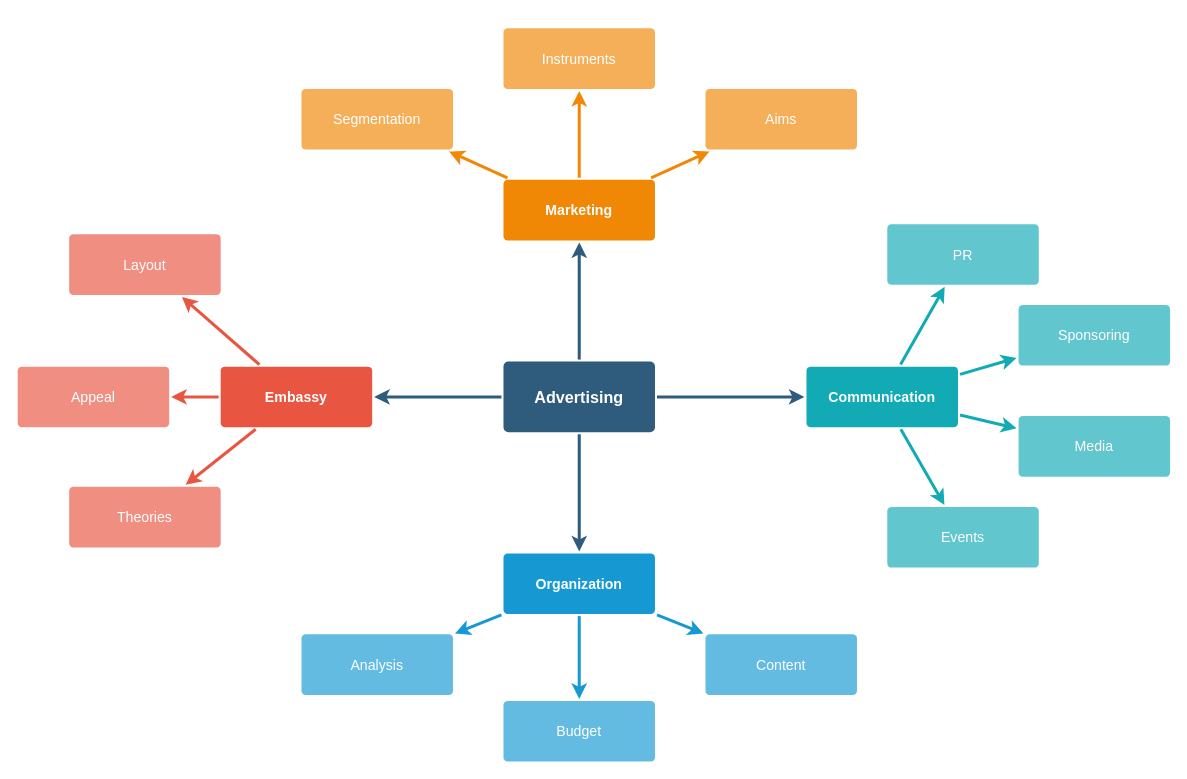
ShweataNHegde/fun_projects keeps this draw.io diagram as page "Page-1" (1 of 2) of infectious_disease.drawio. Above is the earlier version. Source tidied: cells renumbered, new cells numbered last; positions are measured from the earlier drawing's top-left corner, leaving out a move shared by most shapes. Both pictures are drawn from the tidied source at 101%, with x=0, y=0 at pixel (17, 27).
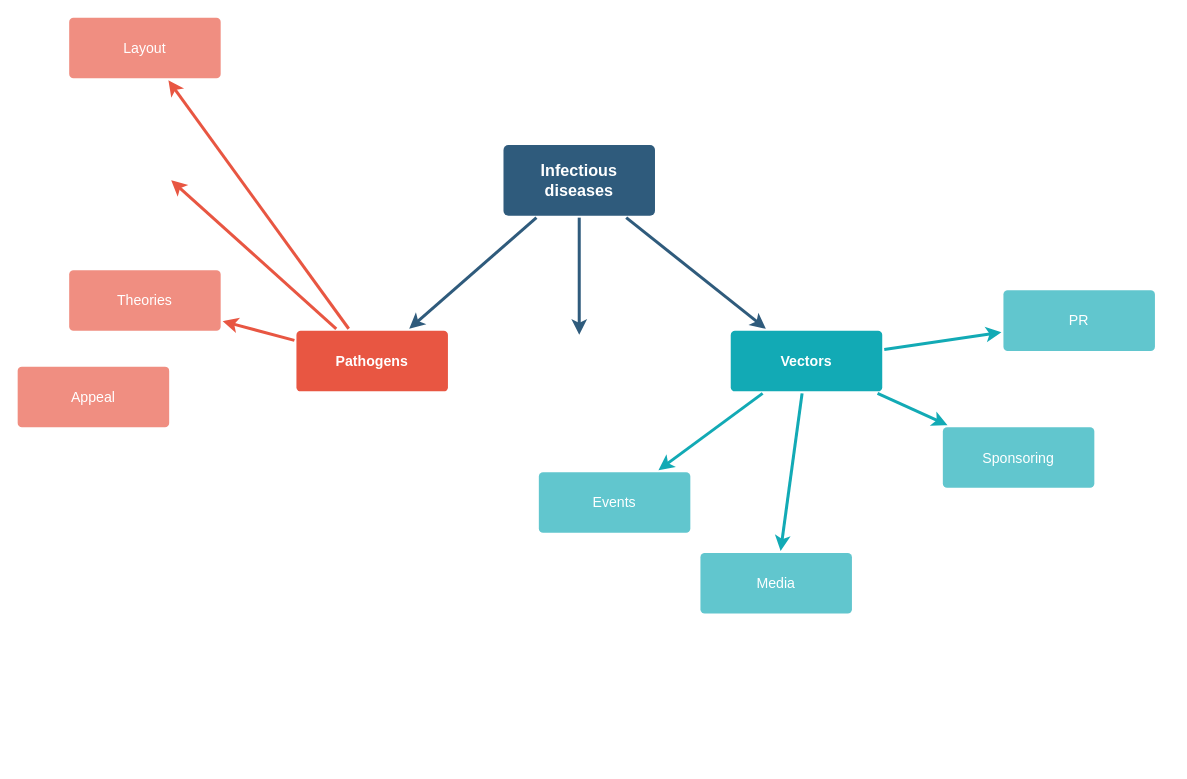
Above is the later version.

Unchanged cells that the change refers to:
```xml
<mxCell id="12" value="Appeal" style="rounded=1;whiteSpace=wrap;html=1;shadow=0;labelBackgroundColor=none;strokeColor=none;strokeWidth=3;fillColor=#f08e81;fontFamily=Helvetica;fontSize=14;fontColor=#FFFFFF;align=center;spacing=5;fontStyle=0;arcSize=7;perimeterSpacing=2;" parent="1" vertex="1">
  <mxGeometry y="335.5" width="150" height="60" as="geometry" />
</mxCell>
```

What changed in the source:
```diff
@@
-    <mxCell id="2" style="edgeStyle=none;rounded=0;jumpStyle=none;html=1;shadow=0;labelBackgroundColor=none;startArrow=none;startFill=0;endArrow=classic;endFill=1;jettySize=auto;strokeColor=#2F5B7C;strokeWidth=3;fontFamily=Helvetica;fontSize=16;fontColor=#23445D;spacing=5;" parent="1" edge="1" source="6" target="21">
-      <mxGeometry relative="1" as="geometry" />
-    </mxCell>
@@
-    <mxCell id="4" style="edgeStyle=none;rounded=0;jumpStyle=none;html=1;shadow=0;labelBackgroundColor=none;startArrow=none;startFill=0;endArrow=classic;endFill=1;jettySize=auto;strokeColor=#2F5B7C;strokeWidth=3;fontFamily=Helvetica;fontSize=16;fontColor=#23445D;spacing=5;" parent="1" edge="1" source="6" target="17">
-      <mxGeometry relative="1" as="geometry" />
+    <mxCell id="4" style="edgeStyle=none;rounded=0;jumpStyle=none;html=1;shadow=0;labelBackgroundColor=none;startArrow=none;startFill=0;endArrow=classic;endFill=1;jettySize=auto;strokeColor=#2F5B7C;strokeWidth=3;fontFamily=Helvetica;fontSize=16;fontColor=#23445D;spacing=5;" parent="1" edge="1" source="6">
+      <mxGeometry relative="1" as="geometry">
+        <mxPoint x="556" y="304" as="targetPoint" />
+      </mxGeometry>
     </mxCell>
@@
-    <mxCell id="6" value="Advertising" style="rounded=1;whiteSpace=wrap;html=1;shadow=0;labelBackgroundColor=none;strokeColor=none;strokeWidth=3;fillColor=#2F5B7C;fontFamily=Helvetica;fontSize=16;fontColor=#FFFFFF;align=center;fontStyle=1;spacing=5;arcSize=7;perimeterSpacing=2;" parent="1" vertex="1">
-      <mxGeometry x="481" y="330.5" width="150" height="70" as="geometry" />
+    <mxCell id="6" value="Infectious diseases" style="rounded=1;whiteSpace=wrap;html=1;shadow=0;labelBackgroundColor=none;strokeColor=none;strokeWidth=3;fillColor=#2F5B7C;fontFamily=Helvetica;fontSize=16;fontColor=#FFFFFF;align=center;fontStyle=1;spacing=5;arcSize=7;perimeterSpacing=2;" parent="1" vertex="1">
+      <mxGeometry x="481" y="116" width="150" height="70" as="geometry" />
     </mxCell>
@@
-    <mxCell id="8" style="edgeStyle=none;rounded=1;jumpStyle=none;html=1;shadow=0;labelBackgroundColor=none;startArrow=none;startFill=0;jettySize=auto;strokeColor=#E85642;strokeWidth=3;fontFamily=Helvetica;fontSize=14;fontColor=#FFFFFF;spacing=5;fontStyle=1;fillColor=#b0e3e6;" parent="1" edge="1" source="10" target="12">
-      <mxGeometry relative="1" as="geometry" />
+    <mxCell id="8" style="edgeStyle=none;rounded=1;jumpStyle=none;html=1;shadow=0;labelBackgroundColor=none;startArrow=none;startFill=0;jettySize=auto;strokeColor=#E85642;strokeWidth=3;fontFamily=Helvetica;fontSize=14;fontColor=#FFFFFF;spacing=5;fontStyle=1;fillColor=#b0e3e6;" parent="1" edge="1" source="10">
+      <mxGeometry relative="1" as="geometry">
+        <mxPoint x="152" y="151" as="targetPoint" />
+      </mxGeometry>
     </mxCell>
@@
-    <mxCell id="10" value="Embassy" style="rounded=1;whiteSpace=wrap;html=1;shadow=0;labelBackgroundColor=none;strokeColor=none;strokeWidth=3;fillColor=#e85642;fontFamily=Helvetica;fontSize=14;fontColor=#FFFFFF;align=center;spacing=5;fontStyle=1;arcSize=7;perimeterSpacing=2;" parent="1" vertex="1">
-      <mxGeometry x="201" y="335.5" width="150" height="60" as="geometry" />
+    <mxCell id="10" value="Pathogens" style="rounded=1;whiteSpace=wrap;html=1;shadow=0;labelBackgroundColor=none;strokeColor=none;strokeWidth=3;fillColor=#e85642;fontFamily=Helvetica;fontSize=14;fontColor=#FFFFFF;align=center;spacing=5;fontStyle=1;arcSize=7;perimeterSpacing=2;" parent="1" vertex="1">
+      <mxGeometry x="276" y="300" width="150" height="60" as="geometry" />
     </mxCell>
     <mxCell id="11" value="Theories" style="rounded=1;whiteSpace=wrap;html=1;shadow=0;labelBackgroundColor=none;strokeColor=none;strokeWidth=3;fillColor=#f08e81;fontFamily=Helvetica;fontSize=14;fontColor=#FFFFFF;align=center;spacing=5;fontStyle=0;arcSize=7;perimeterSpacing=2;" parent="1" vertex="1">
-      <mxGeometry x="51" y="454.5" width="150" height="60" as="geometry" />
+      <mxGeometry x="51" y="240" width="150" height="60" as="geometry" />
     </mxCell>
@@
     <mxCell id="13" value="Layout" style="rounded=1;whiteSpace=wrap;html=1;shadow=0;labelBackgroundColor=none;strokeColor=none;strokeWidth=3;fillColor=#f08e81;fontFamily=Helvetica;fontSize=14;fontColor=#FFFFFF;align=center;spacing=5;fontStyle=0;arcSize=7;perimeterSpacing=2;" parent="1" vertex="1">
-      <mxGeometry x="51" y="204.5" width="150" height="60" as="geometry" />
+      <mxGeometry x="51" y="-10" width="150" height="60" as="geometry" />
     </mxCell>
-    <mxCell id="14" style="edgeStyle=none;rounded=0;jumpStyle=none;html=1;shadow=0;labelBackgroundColor=none;startArrow=none;startFill=0;endArrow=classic;endFill=1;jettySize=auto;strokeColor=#1699D3;strokeWidth=3;fontFamily=Helvetica;fontSize=14;fontColor=#FFFFFF;spacing=5;" parent="1" edge="1" source="17" target="20">
-      <mxGeometry relative="1" as="geometry" />
-    </mxCell>
-    <mxCell id="15" style="edgeStyle=none;rounded=0;jumpStyle=none;html=1;shadow=0;labelBackgroundColor=none;startArrow=none;startFill=0;endArrow=classic;endFill=1;jettySize=auto;strokeColor=#1699D3;strokeWidth=3;fontFamily=Helvetica;fontSize=14;fontColor=#FFFFFF;spacing=5;" parent="1" edge="1" source="17" target="19">
-      <mxGeometry relative="1" as="geometry" />
-    </mxCell>
-    <mxCell id="16" style="edgeStyle=none;rounded=0;jumpStyle=none;html=1;shadow=0;labelBackgroundColor=none;startArrow=none;startFill=0;endArrow=classic;endFill=1;jettySize=auto;strokeColor=#1699D3;strokeWidth=3;fontFamily=Helvetica;fontSize=14;fontColor=#FFFFFF;spacing=5;" parent="1" edge="1" source="17" target="18">
-      <mxGeometry relative="1" as="geometry" />
-    </mxCell>
-    <mxCell id="17" value="Organization" style="rounded=1;whiteSpace=wrap;html=1;shadow=0;labelBackgroundColor=none;strokeColor=none;strokeWidth=3;fillColor=#1699d3;fontFamily=Helvetica;fontSize=14;fontColor=#FFFFFF;align=center;spacing=5;fontStyle=1;arcSize=7;perimeterSpacing=2;" parent="1" vertex="1">
-      <mxGeometry x="481" y="520.5" width="150" height="60" as="geometry" />
-    </mxCell>
-    <mxCell id="18" value="Content" style="rounded=1;whiteSpace=wrap;html=1;shadow=0;labelBackgroundColor=none;strokeColor=none;strokeWidth=3;fillColor=#64bbe2;fontFamily=Helvetica;fontSize=14;fontColor=#FFFFFF;align=center;spacing=5;arcSize=7;perimeterSpacing=2;" parent="1" vertex="1">
-      <mxGeometry x="681" y="600.5" width="150" height="60" as="geometry" />
-    </mxCell>
-    <mxCell id="19" value="Budget" style="rounded=1;whiteSpace=wrap;html=1;shadow=0;labelBackgroundColor=none;strokeColor=none;strokeWidth=3;fillColor=#64bbe2;fontFamily=Helvetica;fontSize=14;fontColor=#FFFFFF;align=center;spacing=5;arcSize=7;perimeterSpacing=2;" parent="1" vertex="1">
-      <mxGeometry x="481" y="666.5" width="150" height="60" as="geometry" />
-    </mxCell>
-    <mxCell id="20" value="Analysis" style="rounded=1;whiteSpace=wrap;html=1;shadow=0;labelBackgroundColor=none;strokeColor=none;strokeWidth=3;fillColor=#64bbe2;fontFamily=Helvetica;fontSize=14;fontColor=#FFFFFF;align=center;spacing=5;arcSize=7;perimeterSpacing=2;" parent="1" vertex="1">
-      <mxGeometry x="281" y="600.5" width="150" height="60" as="geometry" />
-    </mxCell>
-    <mxCell id="21" value="Marketing" style="rounded=1;whiteSpace=wrap;html=1;shadow=0;labelBackgroundColor=none;strokeColor=none;strokeWidth=3;fillColor=#F08705;fontFamily=Helvetica;fontSize=14;fontColor=#FFFFFF;align=center;spacing=5;fontStyle=1;arcSize=7;perimeterSpacing=2;" parent="1" vertex="1">
-      <mxGeometry x="481" y="150.5" width="150" height="60" as="geometry" />
-    </mxCell>
-    <mxCell id="22" value="Aims&lt;br&gt;" style="rounded=1;whiteSpace=wrap;html=1;shadow=0;labelBackgroundColor=none;strokeColor=none;strokeWidth=3;fillColor=#f5af58;fontFamily=Helvetica;fontSize=14;fontColor=#FFFFFF;align=center;spacing=5;arcSize=7;perimeterSpacing=2;" parent="1" vertex="1">
-      <mxGeometry x="681" y="60.5" width="150" height="60" as="geometry" />
-    </mxCell>
-    <mxCell id="23" style="edgeStyle=none;rounded=0;jumpStyle=none;html=1;shadow=0;labelBackgroundColor=none;startArrow=none;startFill=0;endArrow=classic;endFill=1;jettySize=auto;strokeColor=#F08705;strokeWidth=3;fontFamily=Helvetica;fontSize=14;fontColor=#FFFFFF;spacing=5;" parent="1" edge="1" source="21" target="22">
-      <mxGeometry relative="1" as="geometry" />
-    </mxCell>
-    <mxCell id="24" value="Instruments" style="rounded=1;whiteSpace=wrap;html=1;shadow=0;labelBackgroundColor=none;strokeColor=none;strokeWidth=3;fillColor=#f5af58;fontFamily=Helvetica;fontSize=14;fontColor=#FFFFFF;align=center;spacing=5;arcSize=7;perimeterSpacing=2;" parent="1" vertex="1">
-      <mxGeometry x="481" y="0.5" width="150" height="60" as="geometry" />
-    </mxCell>
-    <mxCell id="25" style="edgeStyle=none;rounded=0;jumpStyle=none;html=1;shadow=0;labelBackgroundColor=none;startArrow=none;startFill=0;endArrow=classic;endFill=1;jettySize=auto;strokeColor=#F08705;strokeWidth=3;fontFamily=Helvetica;fontSize=14;fontColor=#FFFFFF;spacing=5;" parent="1" edge="1" source="21" target="24">
-      <mxGeometry relative="1" as="geometry" />
-    </mxCell>
-    <mxCell id="26" value="Segmentation" style="rounded=1;whiteSpace=wrap;html=1;shadow=0;labelBackgroundColor=none;strokeColor=none;strokeWidth=3;fillColor=#f5af58;fontFamily=Helvetica;fontSize=14;fontColor=#FFFFFF;align=center;spacing=5;arcSize=7;perimeterSpacing=2;" parent="1" vertex="1">
-      <mxGeometry x="281" y="60.5" width="150" height="60" as="geometry" />
-    </mxCell>
-    <mxCell id="27" style="edgeStyle=none;rounded=0;jumpStyle=none;html=1;shadow=0;labelBackgroundColor=none;startArrow=none;startFill=0;endArrow=classic;endFill=1;jettySize=auto;strokeColor=#F08705;strokeWidth=3;fontFamily=Helvetica;fontSize=14;fontColor=#FFFFFF;spacing=5;" parent="1" edge="1" source="21" target="26">
-      <mxGeometry relative="1" as="geometry" />
-    </mxCell>
-    <mxCell id="28" value="Communication" style="rounded=1;whiteSpace=wrap;html=1;shadow=0;labelBackgroundColor=none;strokeColor=none;strokeWidth=3;fillColor=#12aab5;fontFamily=Helvetica;fontSize=14;fontColor=#FFFFFF;align=center;spacing=5;fontStyle=1;arcSize=7;perimeterSpacing=2;" parent="1" vertex="1">
-      <mxGeometry x="781" y="335.5" width="150" height="60" as="geometry" />
+    <mxCell id="28" value="Vectors" style="rounded=1;whiteSpace=wrap;html=1;shadow=0;labelBackgroundColor=none;strokeColor=none;strokeWidth=3;fillColor=#12aab5;fontFamily=Helvetica;fontSize=14;fontColor=#FFFFFF;align=center;spacing=5;fontStyle=1;arcSize=7;perimeterSpacing=2;" parent="1" vertex="1">
+      <mxGeometry x="706" y="300" width="150" height="60" as="geometry" />
     </mxCell>
     <mxCell id="29" value="Events" style="rounded=1;whiteSpace=wrap;html=1;shadow=0;labelBackgroundColor=none;strokeColor=none;strokeWidth=3;fillColor=#61c6ce;fontFamily=Helvetica;fontSize=14;fontColor=#FFFFFF;align=center;spacing=5;fontStyle=0;arcSize=7;perimeterSpacing=2;" parent="1" vertex="1">
-      <mxGeometry x="861" y="474.5" width="150" height="60" as="geometry" />
+      <mxGeometry x="516" y="440" width="150" height="60" as="geometry" />
     </mxCell>
@@
     <mxCell id="31" value="Media" style="rounded=1;whiteSpace=wrap;html=1;shadow=0;labelBackgroundColor=none;strokeColor=none;strokeWidth=3;fillColor=#61c6ce;fontFamily=Helvetica;fontSize=14;fontColor=#FFFFFF;align=center;spacing=5;fontStyle=0;arcSize=7;perimeterSpacing=2;" parent="1" vertex="1">
-      <mxGeometry x="991" y="384.5" width="150" height="60" as="geometry" />
+      <mxGeometry x="676" y="520" width="150" height="60" as="geometry" />
     </mxCell>
@@
     <mxCell id="33" value="Sponsoring" style="rounded=1;whiteSpace=wrap;html=1;shadow=0;labelBackgroundColor=none;strokeColor=none;strokeWidth=3;fillColor=#61c6ce;fontFamily=Helvetica;fontSize=14;fontColor=#FFFFFF;align=center;spacing=5;fontStyle=0;arcSize=7;perimeterSpacing=2;" parent="1" vertex="1">
-      <mxGeometry x="991" y="274.5" width="150" height="60" as="geometry" />
+      <mxGeometry x="916" y="395.5" width="150" height="60" as="geometry" />
     </mxCell>
@@
     <mxCell id="35" value="PR" style="rounded=1;whiteSpace=wrap;html=1;shadow=0;labelBackgroundColor=none;strokeColor=none;strokeWidth=3;fillColor=#61c6ce;fontFamily=Helvetica;fontSize=14;fontColor=#FFFFFF;align=center;spacing=5;fontStyle=0;arcSize=7;perimeterSpacing=2;" parent="1" vertex="1">
-      <mxGeometry x="861" y="194.5" width="150" height="60" as="geometry" />
+      <mxGeometry x="976" y="260" width="150" height="60" as="geometry" />
     </mxCell>
```
